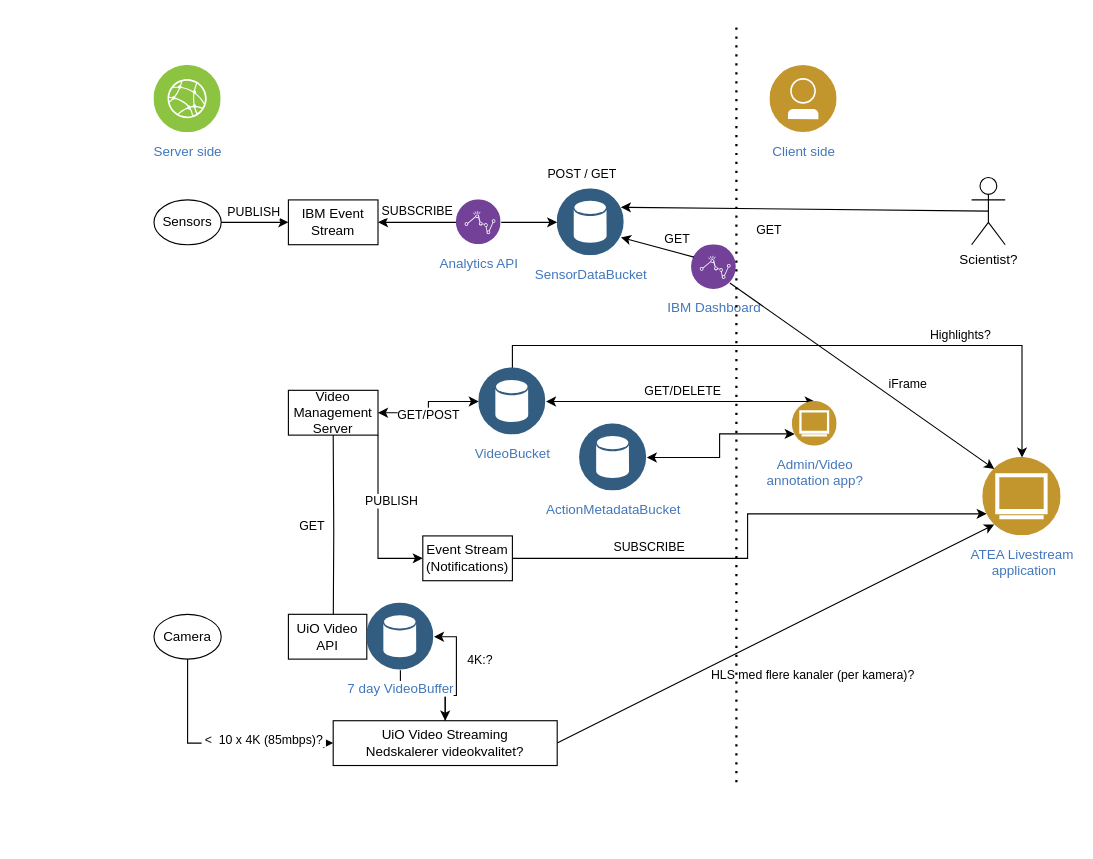
This is bee2bee.drawio from raindog72/diagrams, a draw.io file, before an edit. Source tidied: cells renumbered, new cells numbered last; positions are measured from the earlier drawing's top-left corner, leaving out a move shared by most shapes. Both pictures are drawn from the tidied source at 112%, with x=0, y=0 at pixel (153, 20).
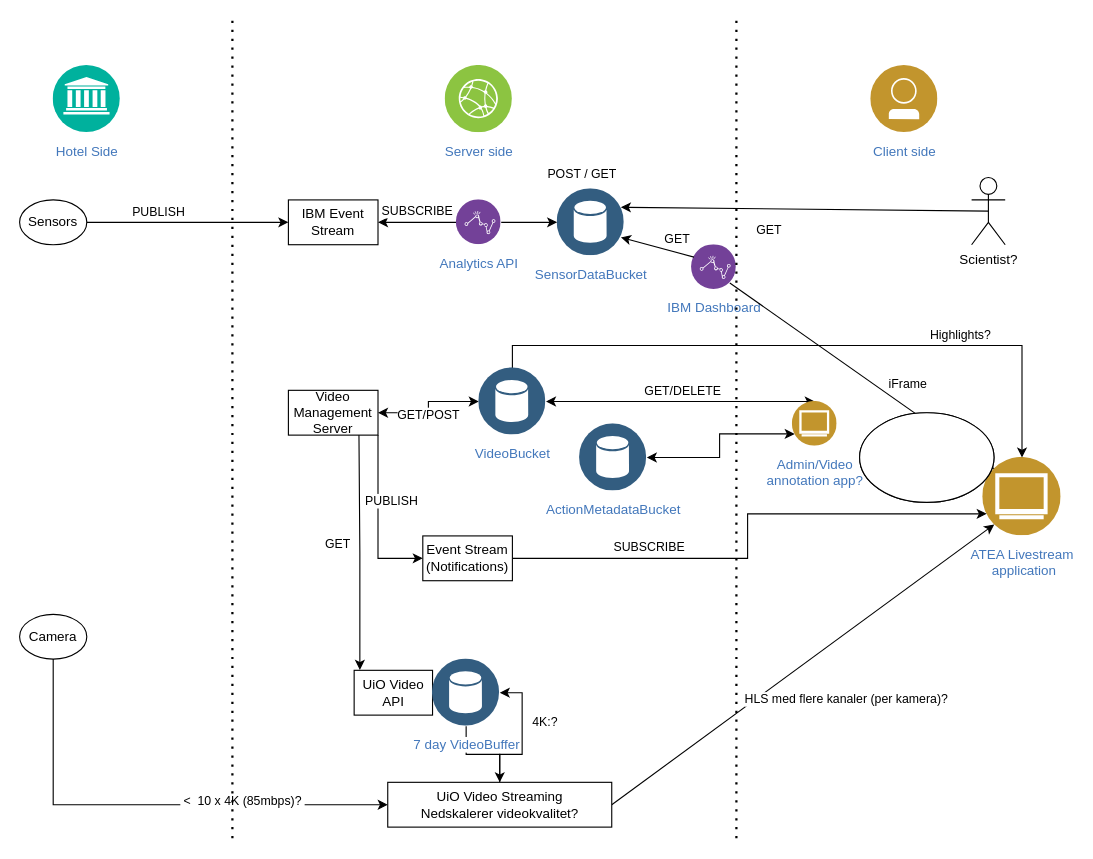
Above is the later version.

Unchanged cells that the change refers to:
```xml
<mxCell id="42" value="Video Management Server" style="rounded=0;whiteSpace=wrap;html=1;" parent="1" vertex="1">
  <mxGeometry x="120" y="330" width="80" height="40" as="geometry" />
</mxCell>
```

What changed in the source:
```diff
@@
     <mxCell id="4" value="Camera" style="ellipse;whiteSpace=wrap;html=1;" parent="1" vertex="1">
-      <mxGeometry y="530" width="60" height="40" as="geometry" />
+      <mxGeometry x="-120" y="530" width="60" height="40" as="geometry" />
     </mxCell>
     <mxCell id="5" value="Sensors" style="ellipse;whiteSpace=wrap;html=1;" parent="1" vertex="1">
-      <mxGeometry y="160" width="60" height="40" as="geometry" />
+      <mxGeometry x="-120" y="160" width="60" height="40" as="geometry" />
     </mxCell>
@@
-    <mxCell id="9" style="edgeStyle=orthogonalEdgeStyle;rounded=0;jettySize=auto;html=1;startArrow=classic;startFill=1;endArrow=none;endFill=0;" parent="1" edge="1" target="42">
+    <mxCell id="9" style="edgeStyle=orthogonalEdgeStyle;rounded=0;jettySize=auto;html=1;startArrow=classic;startFill=1;endArrow=none;endFill=0;exitX=0.073;exitY=-0.009;exitDx=0;exitDy=0;exitPerimeter=0;" parent="1" edge="1" source="47">
       <mxGeometry relative="1" as="geometry">
-        <mxPoint x="160" y="545" as="sourcePoint" />
+        <mxPoint x="183" y="370" as="targetPoint" />
       </mxGeometry>
     </mxCell>
@@
     <mxCell id="13" value="Server side" style="perimeter=ellipsePerimeter;html=1;align=center;shadow=0;dashed=0;fontColor=#4277BB;labelBackgroundColor=#ffffff;fontSize=12;spacingTop=3;image;image=img/lib/ibm/infrastructure/edge_services.svg;" parent="1" vertex="1">
-      <mxGeometry y="40" width="60" height="60" as="geometry" />
+      <mxGeometry x="260" y="40" width="60" height="60" as="geometry" />
     </mxCell>
@@
     <mxCell id="21" value="Client side" style="perimeter=ellipsePerimeter;html=1;align=center;shadow=0;dashed=0;fontColor=#4277BB;labelBackgroundColor=#ffffff;fontSize=12;spacingTop=3;image;image=img/lib/ibm/users/user.svg;" parent="1" vertex="1">
-      <mxGeometry x="550" y="40" width="60" height="60" as="geometry" />
+      <mxGeometry x="640" y="40" width="60" height="60" as="geometry" />
     </mxCell>
@@
     <mxCell id="24" style="endArrow=none;dashed=1;html=1;dashPattern=1 3;strokeWidth=2;rounded=0;" parent="1" edge="1">
       <mxGeometry relative="1" as="geometry">
-        <mxPoint x="520" y="680" as="sourcePoint" />
+        <mxPoint x="520" y="730" as="sourcePoint" />
         <mxPoint x="520" as="targetPoint" />
       </mxGeometry>
     </mxCell>
@@
     <mxCell id="37" value="UiO Video Streaming&lt;br&gt;Nedskalerer videokvalitet?" style="rounded=0;whiteSpace=wrap;html=1;" parent="1" vertex="1">
-      <mxGeometry x="160" y="625" width="200" height="40" as="geometry" />
+      <mxGeometry x="208.7" y="680" width="200" height="40" as="geometry" />
     </mxCell>
@@
     <mxCell id="47" value="UiO Video API" style="rounded=0;whiteSpace=wrap;html=1;" parent="1" vertex="1">
-      <mxGeometry x="120" y="530" width="70" height="40" as="geometry" />
+      <mxGeometry x="178.7" y="580" width="70" height="40" as="geometry" />
     </mxCell>
@@
     <mxCell id="49" value="7 day VideoBuffer" style="perimeter=ellipsePerimeter;html=1;align=center;shadow=0;dashed=0;fontColor=#4277BB;labelBackgroundColor=#ffffff;fontSize=12;spacingTop=3;image;image=img/lib/ibm/data/data_services.svg;" parent="1" vertex="1">
-      <mxGeometry x="190" y="520" width="60" height="60" as="geometry" />
+      <mxGeometry x="248.7" y="570" width="60" height="60" as="geometry" />
     </mxCell>
+    <mxCell id="50" style="ellipse;whiteSpace=wrap;html=1;" parent="1" vertex="1">
+      <mxGeometry x="630" y="350" width="120" height="80" as="geometry" />
+    </mxCell>
+    <mxCell id="51" style="ellipse;whiteSpace=wrap;html=1;" parent="1" vertex="1">
+      <mxGeometry x="630" y="350" width="120" height="80" as="geometry" />
+    </mxCell>
+    <mxCell id="52" style="endArrow=none;dashed=1;html=1;dashPattern=1 3;strokeWidth=2;rounded=0;" parent="1" edge="1">
+      <mxGeometry relative="1" as="geometry">
+        <mxPoint x="70" y="730" as="sourcePoint" />
+        <mxPoint x="70" as="targetPoint" />
+      </mxGeometry>
+    </mxCell>
+    <mxCell id="53" value="Hotel Side" style="perimeter=ellipsePerimeter;html=1;align=center;shadow=0;dashed=0;fontColor=#4277BB;labelBackgroundColor=#ffffff;fontSize=12;spacingTop=3;image;image=img/lib/ibm/management/information_governance.svg;" parent="1" vertex="1">
+      <mxGeometry x="-90" y="40" width="60" height="60" as="geometry" />
+    </mxCell>
```
